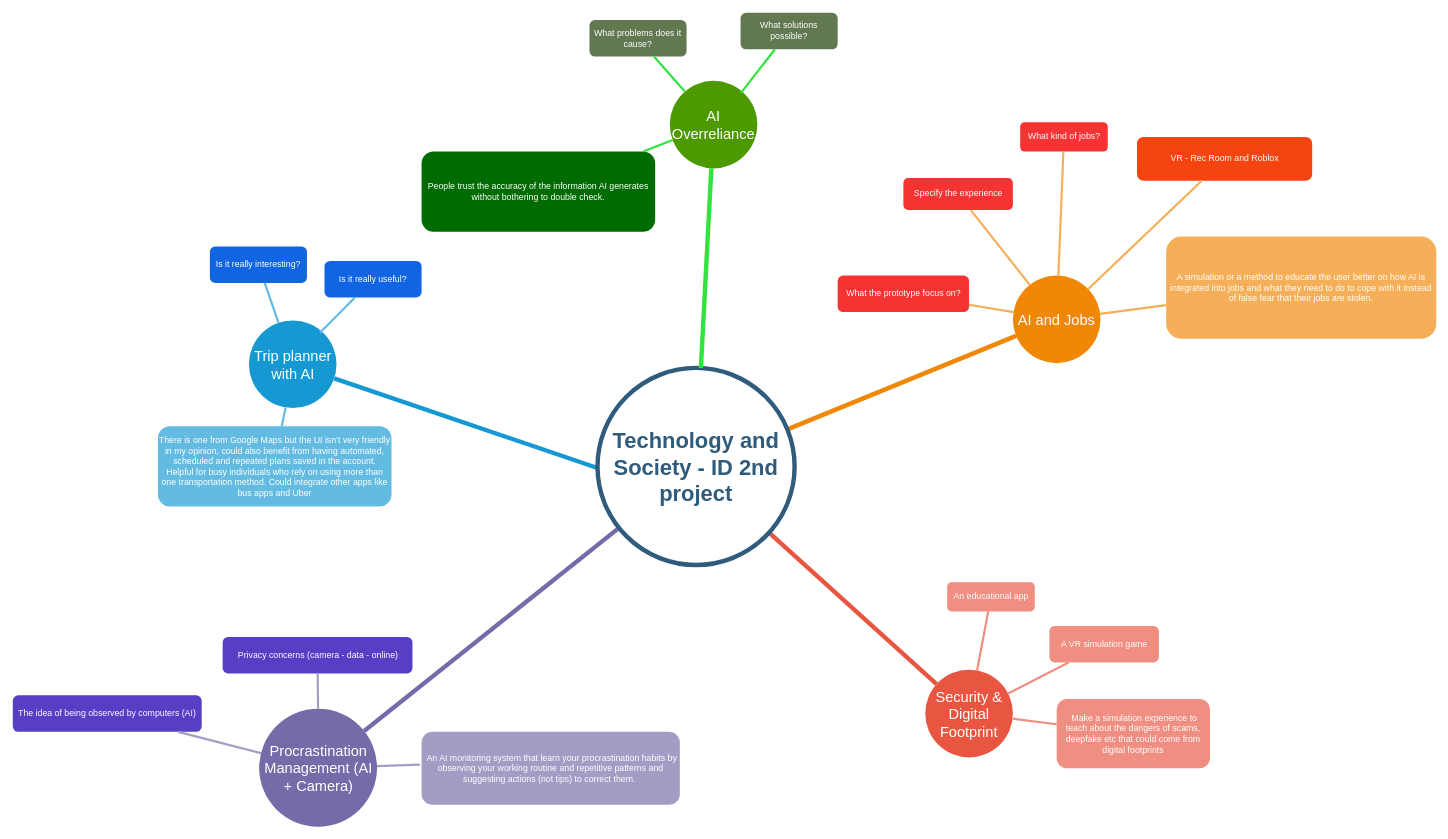
Above: ID-TechAndSociety.drawio in R-Jassasi/Draw.io (draw.io), before the change. Source tidied: cells renumbered, new cells numbered last; positions are measured from the earlier drawing's top-left corner, leaving out a move shared by most shapes. Both pictures are drawn from the tidied source at 73%, with x=0, y=0 at pixel (12, 12).
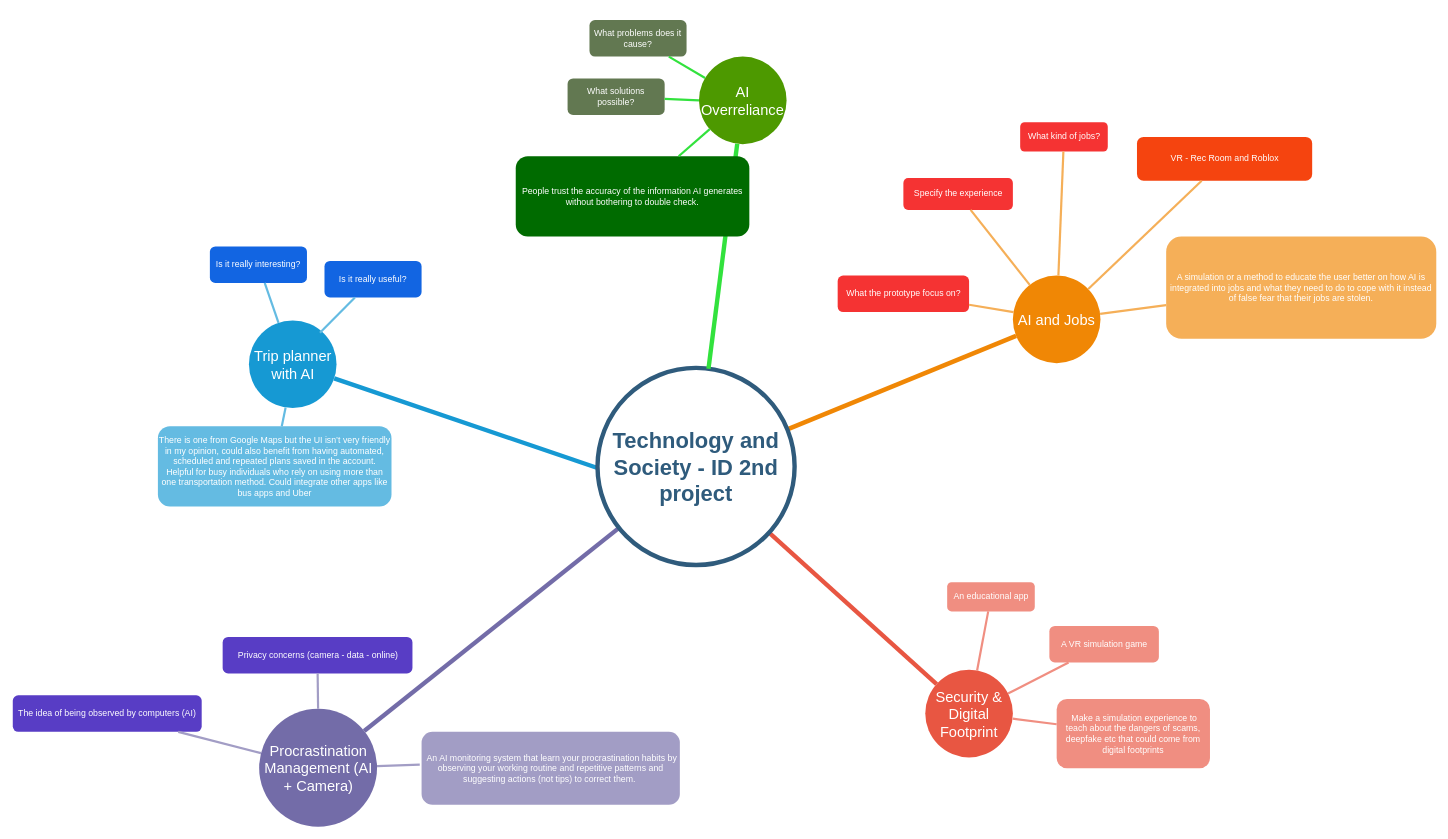
Above is the later version.

The edit, as a diff of the source:
```diff
@@
     <mxCell id="39" value="AI Overreliance" style="ellipse;whiteSpace=wrap;html=1;shadow=0;fontFamily=Helvetica;fontSize=20;fontColor=#FFFFFF;align=center;strokeWidth=3;fillColor=#4D9900;strokeColor=none;" parent="1" vertex="1">
-      <mxGeometry x="900" y="93.2" width="120" height="120" as="geometry" />
+      <mxGeometry x="940" y="60" width="120" height="120" as="geometry" />
     </mxCell>
@@
     <mxCell id="41" value="People trust the accuracy of the information AI generates without bothering to double check." style="rounded=1;fillColor=#006B00;strokeColor=none;strokeWidth=3;shadow=0;html=1;fontColor=#FFFFFF;whiteSpace=wrap;" parent="1" vertex="1">
-      <mxGeometry x="560" y="190" width="320" height="110" as="geometry" />
+      <mxGeometry x="689" y="196.5" width="320" height="110" as="geometry" />
     </mxCell>
@@
     <mxCell id="43" value="What solutions possible?" style="rounded=1;fillColor=#627851;strokeColor=none;strokeWidth=3;shadow=0;html=1;fontColor=#FFFFFF;whiteSpace=wrap;" parent="1" vertex="1">
-      <mxGeometry x="997" width="133" height="50" as="geometry" />
+      <mxGeometry x="760" y="90" width="133" height="50" as="geometry" />
     </mxCell>
-    <mxCell id="44" style="edgeStyle=none;endArrow=none;strokeWidth=3;strokeColor=#32E23D;html=1;shadow=0;exitX=0.811;exitY=0.14;exitDx=0;exitDy=0;exitPerimeter=0;fillColor=#00FF00;" parent="1" edge="1" source="39" target="43">
+    <mxCell id="44" style="edgeStyle=none;endArrow=none;strokeWidth=3;strokeColor=#32E23D;html=1;shadow=0;exitX=0;exitY=0.5;exitDx=0;exitDy=0;fillColor=#00FF00;" parent="1" edge="1" source="39" target="43">
       <mxGeometry x="-221.5" y="56.5" as="geometry" />
     </mxCell>
```
